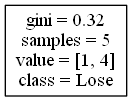
Above: DecisionTrees/Mountain Westdecision_tree_no_score_or_attendance7.png in alexana-steck/CSE482Project (Graphviz), before the change. Its source is kept beside it as DecisionTrees/Mountain Westdecision_tree_no_score_or_attendance7.dot. Source of this version:
```dot
digraph Tree {
node [shape=box] ;
0 [label="gini = 0.32\nsamples = 5\nvalue = [1, 4]\nclass = Lose"] ;
}
```
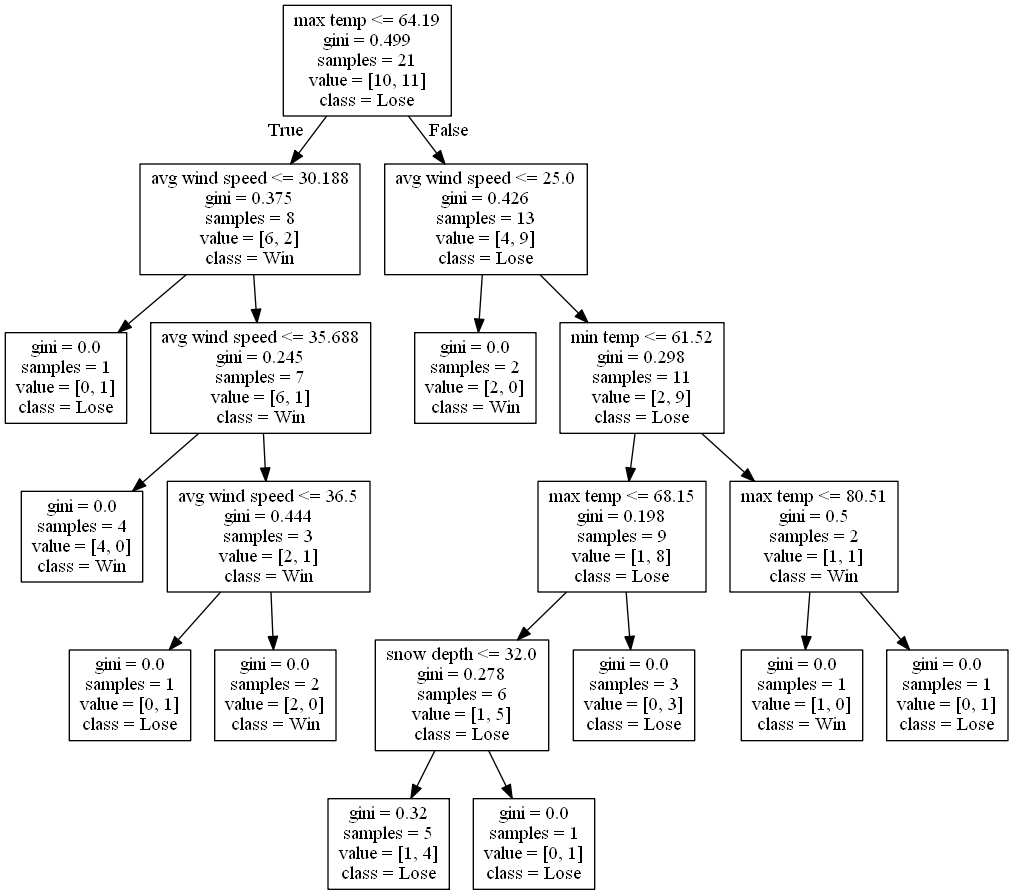
The same file after the commit.

The edit, as a diff of the source:
```diff
@@ -1,4 +1,40 @@
 digraph Tree {
 node [shape=box] ;
-0 [label="gini = 0.32\nsamples = 5\nvalue = [1, 4]\nclass = Lose"] ;
+0 [label="max temp <= 64.19\ngini = 0.499\nsamples = 21\nvalue = [10, 11]\nclass = Lose"] ;
+1 [label="avg wind speed <= 30.188\ngini = 0.375\nsamples = 8\nvalue = [6, 2]\nclass = Win"] ;
+0 -> 1 [labeldistance=2.5, labelangle=45, headlabel="True"] ;
+2 [label="gini = 0.0\nsamples = 1\nvalue = [0, 1]\nclass = Lose"] ;
+1 -> 2 ;
+3 [label="avg wind speed <= 35.688\ngini = 0.245\nsamples = 7\nvalue = [6, 1]\nclass = Win"] ;
+1 -> 3 ;
+4 [label="gini = 0.0\nsamples = 4\nvalue = [4, 0]\nclass = Win"] ;
+3 -> 4 ;
+5 [label="avg wind speed <= 36.5\ngini = 0.444\nsamples = 3\nvalue = [2, 1]\nclass = Win"] ;
+3 -> 5 ;
+6 [label="gini = 0.0\nsamples = 1\nvalue = [0, 1]\nclass = Lose"] ;
+5 -> 6 ;
+7 [label="gini = 0.0\nsamples = 2\nvalue = [2, 0]\nclass = Win"] ;
+5 -> 7 ;
+8 [label="avg wind speed <= 25.0\ngini = 0.426\nsamples = 13\nvalue = [4, 9]\nclass = Lose"] ;
+0 -> 8 [labeldistance=2.5, labelangle=-45, headlabel="False"] ;
+9 [label="gini = 0.0\nsamples = 2\nvalue = [2, 0]\nclass = Win"] ;
+8 -> 9 ;
+10 [label="min temp <= 61.52\ngini = 0.298\nsamples = 11\nvalue = [2, 9]\nclass = Lose"] ;
+8 -> 10 ;
+11 [label="max temp <= 68.15\ngini = 0.198\nsamples = 9\nvalue = [1, 8]\nclass = Lose"] ;
+10 -> 11 ;
+12 [label="snow depth <= 32.0\ngini = 0.278\nsamples = 6\nvalue = [1, 5]\nclass = Lose"] ;
+11 -> 12 ;
+13 [label="gini = 0.32\nsamples = 5\nvalue = [1, 4]\nclass = Lose"] ;
+12 -> 13 ;
+14 [label="gini = 0.0\nsamples = 1\nvalue = [0, 1]\nclass = Lose"] ;
+12 -> 14 ;
+15 [label="gini = 0.0\nsamples = 3\nvalue = [0, 3]\nclass = Lose"] ;
+11 -> 15 ;
+16 [label="max temp <= 80.51\ngini = 0.5\nsamples = 2\nvalue = [1, 1]\nclass = Win"] ;
+10 -> 16 ;
+17 [label="gini = 0.0\nsamples = 1\nvalue = [1, 0]\nclass = Win"] ;
+16 -> 17 ;
+18 [label="gini = 0.0\nsamples = 1\nvalue = [0, 1]\nclass = Lose"] ;
+16 -> 18 ;
 }
```
